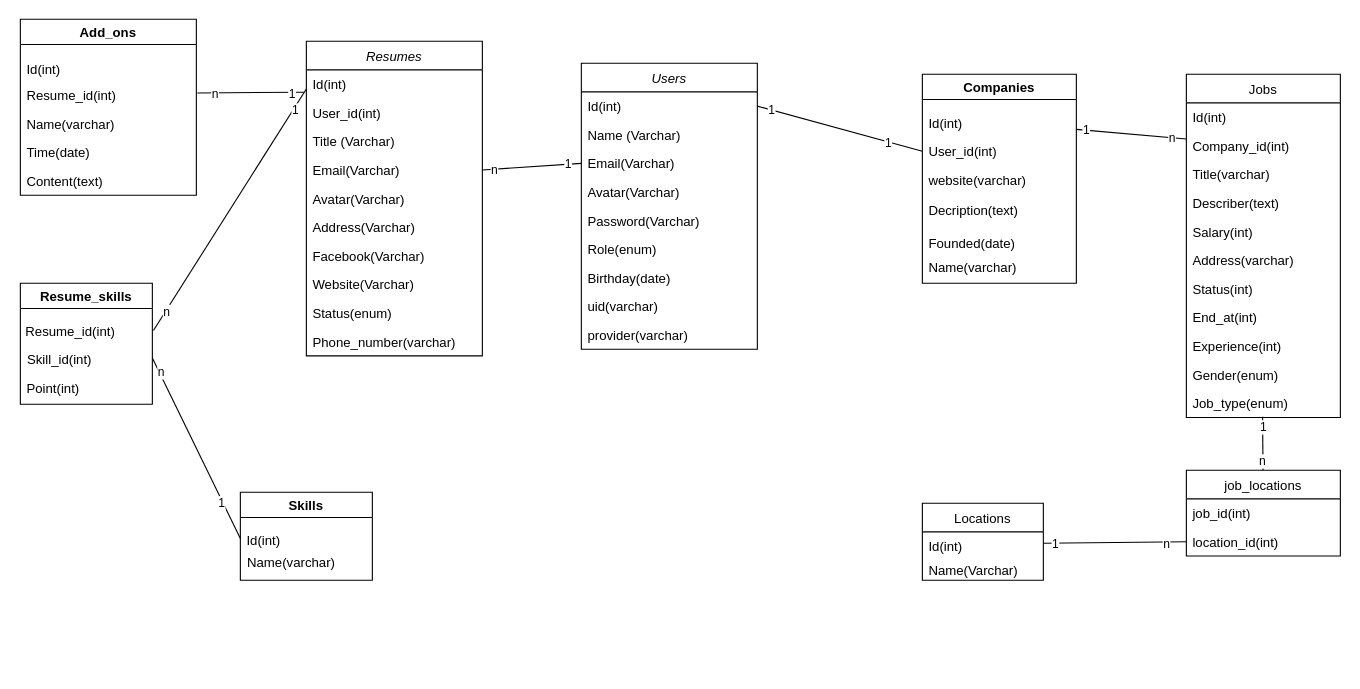
The draw.io diagram find-job-database.drawio in LVQA1998/libraby, before the edit. Source tidied: cells renumbered, new cells numbered last; positions are measured from the earlier drawing's top-left corner, leaving out a move shared by most shapes. Both pictures are drawn from the tidied source at 110%, with x=0, y=0 at pixel (19, 19).
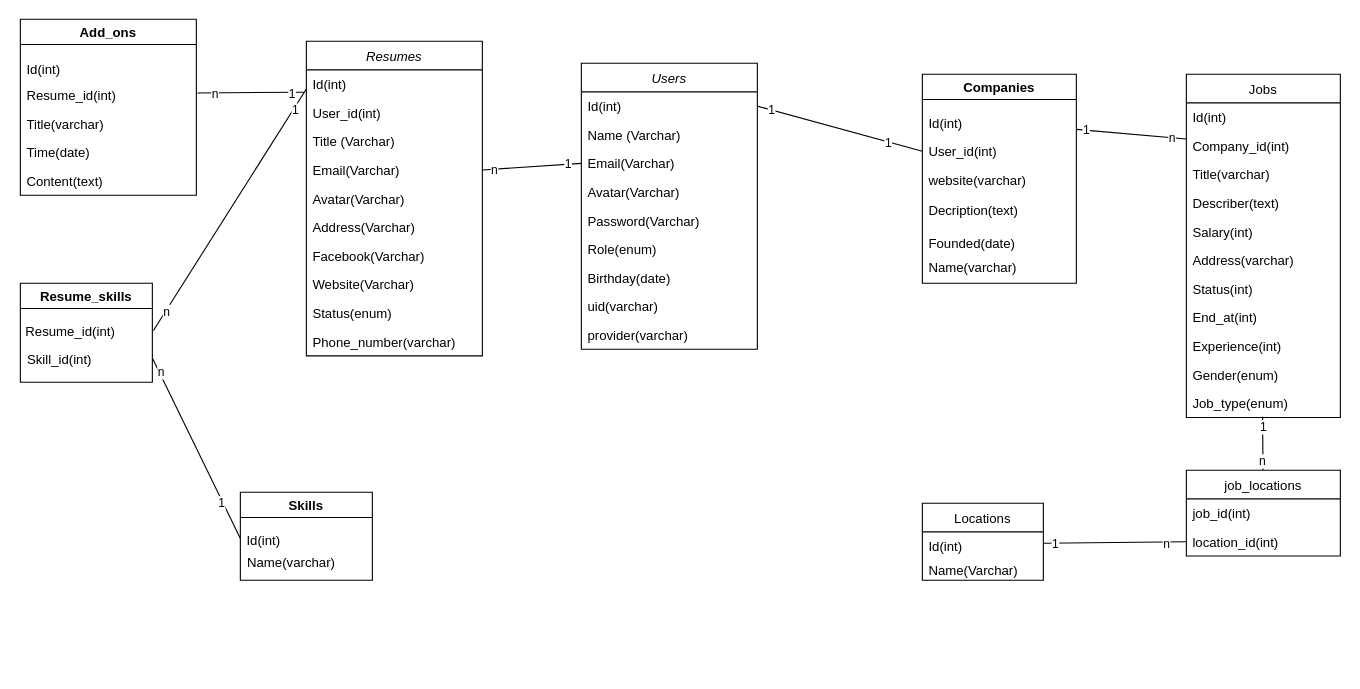
After the change.

The change refers to these unchanged cells:
```xml
<mxCell id="30" value="Add_ons" style="swimlane;" parent="12" vertex="1">
  <mxGeometry x="1" width="160" height="160" as="geometry" />
</mxCell>
```

The edit, as a diff of the source:
```diff
@@
-    <mxCell id="33" value="Name(varchar)" style="text;align=left;verticalAlign=top;spacingLeft=4;spacingRight=4;overflow=hidden;rounded=0;shadow=0;html=0;" parent="30" vertex="1">
+    <mxCell id="33" value="Title(varchar)" style="text;align=left;verticalAlign=top;spacingLeft=4;spacingRight=4;overflow=hidden;rounded=0;shadow=0;html=0;" parent="30" vertex="1">
       <mxGeometry y="82" width="160" height="26" as="geometry" />
     </mxCell>
@@
     <mxCell id="39" value="Resume_skills" style="swimlane;" parent="12" vertex="1">
-      <mxGeometry x="1" y="240" width="120" height="110" as="geometry" />
+      <mxGeometry x="1" y="240" width="120" height="90" as="geometry" />
     </mxCell>
@@
-    <mxCell id="42" value="Point(int)" style="text;align=left;verticalAlign=top;spacingLeft=4;spacingRight=4;overflow=hidden;rounded=0;shadow=0;html=0;" parent="39" vertex="1">
-      <mxGeometry y="82" width="122" height="26" as="geometry" />
-    </mxCell>
```
